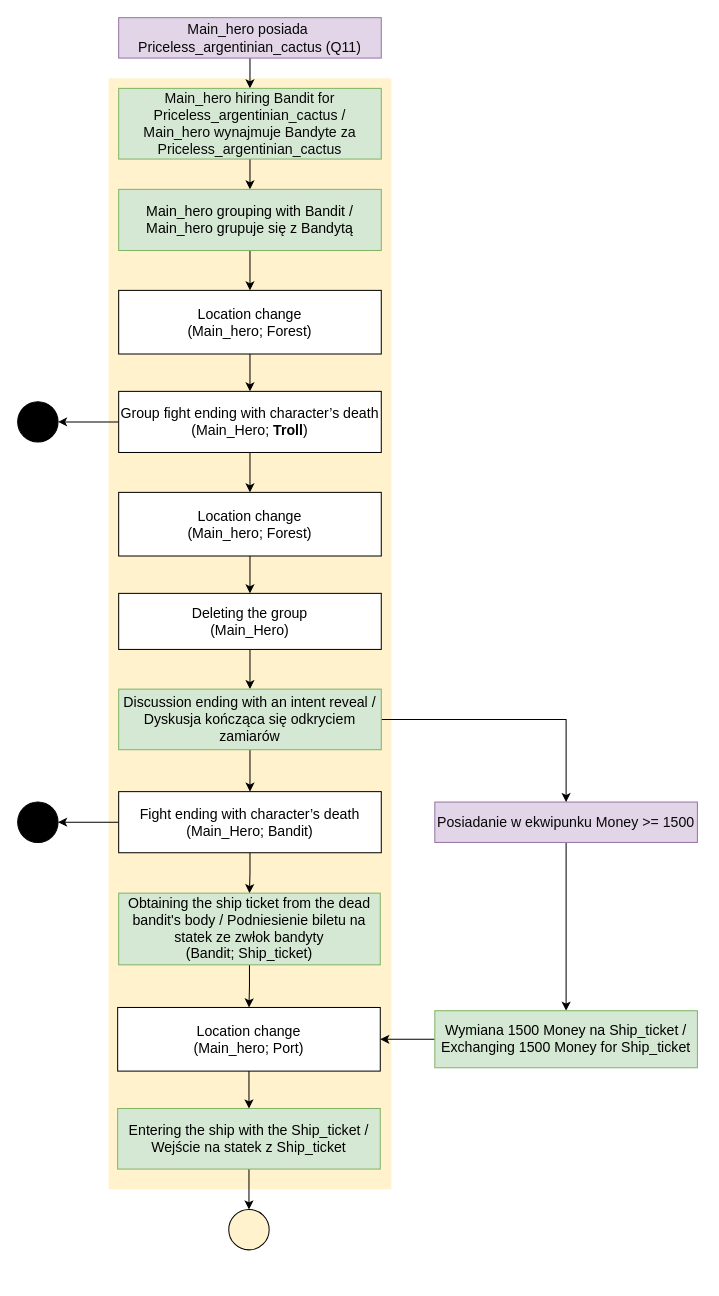
Earlier version of the draw.io diagram Group12.drawio (krzkro4122/uj-pwk_quest). Source tidied: cells renumbered, new cells numbered last; positions are measured from the earlier drawing's top-left corner, leaving out a move shared by most shapes. Both pictures are drawn from the tidied source at 101%, with x=0, y=0 at pixel (17, 17).
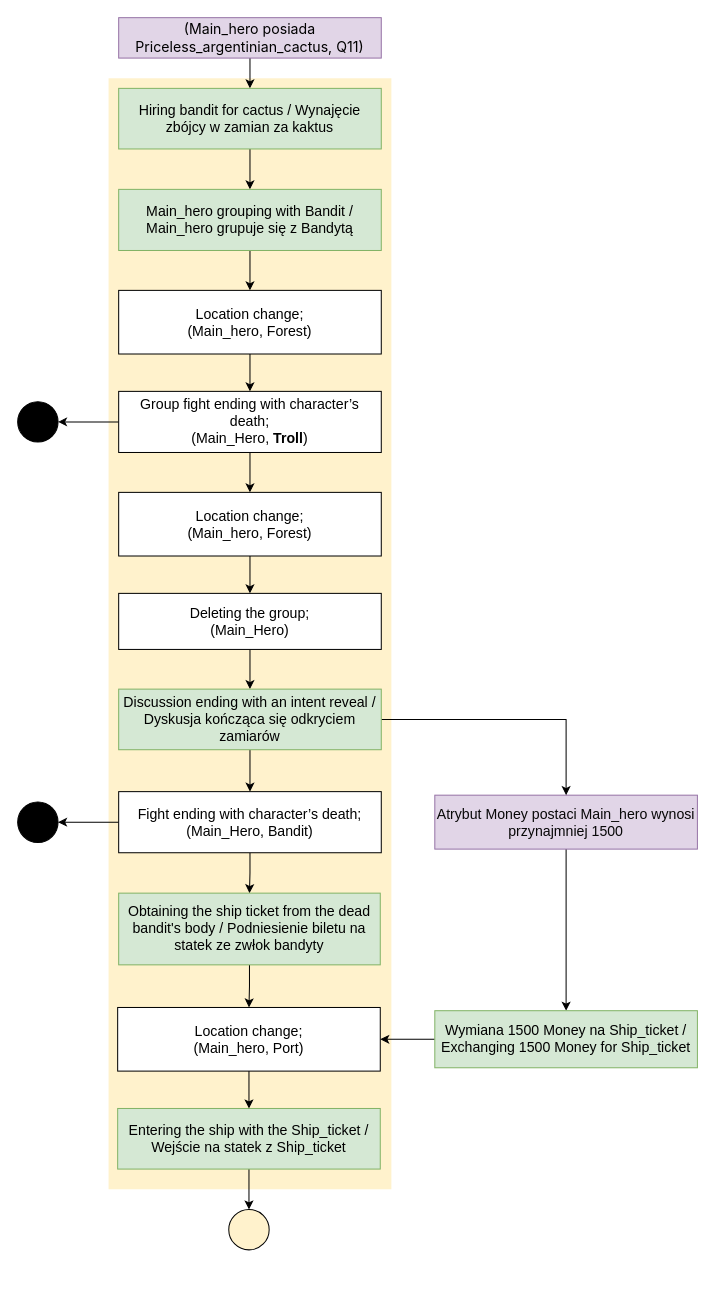
The same diagram, later.

Diff of the diagram source:
```diff
@@
-    <mxCell id="6" value="&lt;div&gt;&lt;font style=&quot;&quot; color=&quot;#080808&quot;&gt;&lt;font style=&quot;font-size: 14px;&quot;&gt;Main_hero posiada&lt;/font&gt;&lt;span style=&quot;font-size: 14px;&quot;&gt;&amp;nbsp;&lt;/span&gt;&lt;/font&gt;&lt;/div&gt;&lt;div&gt;&lt;font color=&quot;#080808&quot;&gt;&lt;span style=&quot;font-size: 14px;&quot;&gt;Priceless_argentinian_cactus (Q11)&lt;/span&gt;&lt;/font&gt;&lt;/div&gt;" style="rounded=0;whiteSpace=wrap;html=1;strokeColor=#9673a6;fillColor=#e1d5e7;" parent="1" vertex="1">
+    <mxCell id="6" value="&lt;div style=&quot;box-sizing: border-box; font-family: -apple-system, &amp;quot;system-ui&amp;quot;, &amp;quot;Segoe UI&amp;quot;, system-ui, &amp;quot;Apple Color Emoji&amp;quot;, &amp;quot;Segoe UI Emoji&amp;quot;, &amp;quot;Segoe UI Web&amp;quot;, sans-serif; font-size: 14px;&quot;&gt;&lt;div style=&quot;&quot;&gt;(Main_hero posiada Priceless_argentinian_cactus, Q11)&lt;/div&gt;&lt;div&gt;&lt;/div&gt;&lt;/div&gt;" style="rounded=0;whiteSpace=wrap;html=1;strokeColor=#9673a6;fillColor=#e1d5e7;" parent="1" vertex="1">
       <mxGeometry x="100" width="260" height="40" as="geometry" />
     </mxCell>
@@
-    <mxCell id="8" value="&lt;font style=&quot;&quot; color=&quot;#080808&quot;&gt;&lt;font style=&quot;font-size: 14px;&quot;&gt;Posiadanie w ekwipunku Money &amp;gt;= 1500&lt;/font&gt;&lt;br&gt;&lt;/font&gt;" style="rounded=0;whiteSpace=wrap;html=1;strokeColor=#9673a6;fillColor=#e1d5e7;" parent="1" vertex="1">
-      <mxGeometry x="413" y="776.6" width="260" height="40" as="geometry" />
+    <mxCell id="8" value="&lt;font style=&quot;&quot; color=&quot;#080808&quot;&gt;&lt;font style=&quot;font-size: 14px;&quot;&gt;Atrybut Money postaci Main_hero wynosi przynajmniej 1500&lt;/font&gt;&lt;br&gt;&lt;/font&gt;" style="rounded=0;whiteSpace=wrap;html=1;strokeColor=#9673a6;fillColor=#e1d5e7;" parent="1" vertex="1">
+      <mxGeometry x="413" y="769.8" width="260" height="53.4" as="geometry" />
     </mxCell>
@@
-    <mxCell id="10" value="&lt;font style=&quot;font-size: 14px;&quot; color=&quot;#080808&quot;&gt;Main_hero hiring Bandit for Priceless_argentinian_cactus / Main_hero wynajmuje Bandyte za Priceless_argentinian_cactus&lt;/font&gt;" style="rounded=0;whiteSpace=wrap;html=1;sketch=0;fillColor=#d5e8d4;strokeColor=#82b366;align=center;" parent="1" vertex="1">
-      <mxGeometry x="100" y="70" width="260" height="70" as="geometry" />
+    <mxCell id="10" value="&lt;font style=&quot;font-size: 14px;&quot;&gt;Hiring bandit for cactus / Wynajęcie zbójcy w zamian za kaktus&lt;/font&gt;" style="rounded=0;whiteSpace=wrap;html=1;sketch=0;fillColor=#d5e8d4;strokeColor=#82b366;align=center;" parent="1" vertex="1">
+      <mxGeometry x="100" y="70" width="260" height="60" as="geometry" />
     </mxCell>
@@
-    <mxCell id="13" value="&lt;span id=&quot;docs-internal-guid-4cfbbf0f-7fff-1ddc-6e00-4f36d3d0db7e&quot;&gt;&lt;span style=&quot;background-color: transparent ; vertical-align: baseline&quot;&gt;&lt;font&gt;&lt;span style=&quot;font-size: 14px;&quot;&gt;Group fight ending with character’s death&lt;br&gt;&lt;/span&gt;&lt;span style=&quot;font-size: 14px;&quot;&gt;(Main_Hero; &lt;b&gt;Troll&lt;/b&gt;)&lt;/span&gt;&lt;br&gt;&lt;/font&gt;&lt;/span&gt;&lt;/span&gt;" style="rounded=0;whiteSpace=wrap;html=1;align=center;" parent="1" vertex="1">
+    <mxCell id="13" value="&lt;span id=&quot;docs-internal-guid-4cfbbf0f-7fff-1ddc-6e00-4f36d3d0db7e&quot;&gt;&lt;span style=&quot;background-color: transparent ; vertical-align: baseline&quot;&gt;&lt;font&gt;&lt;span style=&quot;font-size: 14px;&quot;&gt;Group fight ending with character’s death;&lt;br&gt;&lt;/span&gt;&lt;span style=&quot;font-size: 14px;&quot;&gt;(Main_Hero,&amp;nbsp;&lt;b&gt;Troll&lt;/b&gt;)&lt;/span&gt;&lt;br&gt;&lt;/font&gt;&lt;/span&gt;&lt;/span&gt;" style="rounded=0;whiteSpace=wrap;html=1;align=center;" parent="1" vertex="1">
       <mxGeometry x="100" y="370" width="260" height="60.5" as="geometry" />
     </mxCell>
@@
-    <mxCell id="15" value="&lt;span id=&quot;docs-internal-guid-4cfbbf0f-7fff-1ddc-6e00-4f36d3d0db7e&quot;&gt;&lt;span style=&quot;background-color: transparent ; vertical-align: baseline&quot;&gt;&lt;font&gt;&lt;font face=&quot;arial&quot;&gt;&lt;span style=&quot;font-size: 14px&quot;&gt;Location change&lt;br&gt;&lt;/span&gt;&lt;/font&gt;&lt;span style=&quot;font-size: 14px;&quot;&gt;(Main_hero; Forest)&lt;/span&gt;&lt;br&gt;&lt;/font&gt;&lt;/span&gt;&lt;/span&gt;" style="rounded=0;whiteSpace=wrap;html=1;align=center;" parent="1" vertex="1">
+    <mxCell id="15" value="&lt;span id=&quot;docs-internal-guid-4cfbbf0f-7fff-1ddc-6e00-4f36d3d0db7e&quot;&gt;&lt;span style=&quot;background-color: transparent ; vertical-align: baseline&quot;&gt;&lt;font&gt;&lt;font face=&quot;arial&quot;&gt;&lt;span style=&quot;font-size: 14px&quot;&gt;Location change;&lt;br&gt;&lt;/span&gt;&lt;/font&gt;&lt;span style=&quot;font-size: 14px;&quot;&gt;(Main_hero, Forest)&lt;/span&gt;&lt;br&gt;&lt;/font&gt;&lt;/span&gt;&lt;/span&gt;" style="rounded=0;whiteSpace=wrap;html=1;align=center;" parent="1" vertex="1">
       <mxGeometry x="100" y="470" width="260" height="63" as="geometry" />
     </mxCell>
@@
-    <mxCell id="17" value="&lt;span id=&quot;docs-internal-guid-4cfbbf0f-7fff-1ddc-6e00-4f36d3d0db7e&quot;&gt;&lt;span style=&quot;background-color: transparent ; vertical-align: baseline&quot;&gt;&lt;font&gt;&lt;font face=&quot;arial&quot;&gt;&lt;span style=&quot;font-size: 14px&quot;&gt;Deleting the group&lt;br&gt;&lt;/span&gt;&lt;/font&gt;&lt;span style=&quot;font-size: 14px;&quot;&gt;(Main_Hero)&lt;/span&gt;&lt;br&gt;&lt;/font&gt;&lt;/span&gt;&lt;/span&gt;" style="rounded=0;whiteSpace=wrap;html=1;align=center;" parent="1" vertex="1">
+    <mxCell id="17" value="&lt;span id=&quot;docs-internal-guid-4cfbbf0f-7fff-1ddc-6e00-4f36d3d0db7e&quot;&gt;&lt;span style=&quot;background-color: transparent ; vertical-align: baseline&quot;&gt;&lt;font&gt;&lt;font face=&quot;arial&quot;&gt;&lt;span style=&quot;font-size: 14px&quot;&gt;Deleting the group;&lt;br&gt;&lt;/span&gt;&lt;/font&gt;&lt;span style=&quot;font-size: 14px;&quot;&gt;(Main_Hero)&lt;/span&gt;&lt;br&gt;&lt;/font&gt;&lt;/span&gt;&lt;/span&gt;" style="rounded=0;whiteSpace=wrap;html=1;align=center;" parent="1" vertex="1">
       <mxGeometry x="100" y="570" width="260" height="55.5" as="geometry" />
     </mxCell>
@@
-    <mxCell id="20" value="&lt;span id=&quot;docs-internal-guid-4cfbbf0f-7fff-1ddc-6e00-4f36d3d0db7e&quot;&gt;&lt;span style=&quot;background-color: transparent ; vertical-align: baseline&quot;&gt;&lt;font&gt;&lt;span style=&quot;font-size: 14px;&quot;&gt;Fight ending with character’s death&lt;br&gt;&lt;/span&gt;&lt;span style=&quot;font-size: 14px;&quot;&gt;(Main_Hero; Bandit)&lt;/span&gt;&lt;br&gt;&lt;/font&gt;&lt;/span&gt;&lt;/span&gt;" style="rounded=0;whiteSpace=wrap;html=1;align=center;" parent="1" vertex="1">
+    <mxCell id="20" value="&lt;span id=&quot;docs-internal-guid-4cfbbf0f-7fff-1ddc-6e00-4f36d3d0db7e&quot;&gt;&lt;span style=&quot;background-color: transparent ; vertical-align: baseline&quot;&gt;&lt;font&gt;&lt;span style=&quot;font-size: 14px;&quot;&gt;Fight ending with character’s death;&lt;br&gt;&lt;/span&gt;&lt;span style=&quot;font-size: 14px;&quot;&gt;(Main_Hero, Bandit)&lt;/span&gt;&lt;br&gt;&lt;/font&gt;&lt;/span&gt;&lt;/span&gt;" style="rounded=0;whiteSpace=wrap;html=1;align=center;" parent="1" vertex="1">
       <mxGeometry x="100" y="766.3" width="260" height="60.5" as="geometry" />
     </mxCell>
@@
-    <mxCell id="23" value="&lt;font&gt;Obtaining the ship ticket from the dead bandit's body / Podniesienie biletu na statek ze zwłok bandyty&lt;br&gt;(Bandit; Ship_ticket)&lt;br&gt;&lt;/font&gt;" style="rounded=0;whiteSpace=wrap;html=1;strokeColor=#82b366;align=center;fontSize=14;fontFamily=Helvetica;fillColor=#d5e8d4;" parent="1" vertex="1">
+    <mxCell id="23" value="&lt;font&gt;Obtaining the ship ticket from the dead bandit's body / Podniesienie biletu na statek ze zwłok bandyty&lt;br&gt;&lt;/font&gt;" style="rounded=0;whiteSpace=wrap;html=1;strokeColor=#82b366;align=center;fontSize=14;fontFamily=Helvetica;fillColor=#d5e8d4;" parent="1" vertex="1">
       <mxGeometry x="100" y="866.8" width="259" height="71" as="geometry" />
     </mxCell>
@@
-    <mxCell id="29" value="&lt;span id=&quot;docs-internal-guid-4cfbbf0f-7fff-1ddc-6e00-4f36d3d0db7e&quot;&gt;&lt;span style=&quot;background-color: transparent ; vertical-align: baseline&quot;&gt;&lt;font&gt;&lt;font face=&quot;arial&quot;&gt;&lt;span style=&quot;font-size: 14px&quot;&gt;Location change&lt;br&gt;&lt;/span&gt;&lt;/font&gt;&lt;span style=&quot;font-size: 14px;&quot;&gt;(Main_hero; Forest)&lt;/span&gt;&lt;br&gt;&lt;/font&gt;&lt;/span&gt;&lt;/span&gt;" style="rounded=0;whiteSpace=wrap;html=1;align=center;" parent="1" vertex="1">
+    <mxCell id="29" value="&lt;span id=&quot;docs-internal-guid-4cfbbf0f-7fff-1ddc-6e00-4f36d3d0db7e&quot;&gt;&lt;span style=&quot;background-color: transparent ; vertical-align: baseline&quot;&gt;&lt;font&gt;&lt;font face=&quot;arial&quot;&gt;&lt;span style=&quot;font-size: 14px&quot;&gt;Location change;&lt;br&gt;&lt;/span&gt;&lt;/font&gt;&lt;span style=&quot;font-size: 14px;&quot;&gt;(Main_hero, Forest)&lt;/span&gt;&lt;br&gt;&lt;/font&gt;&lt;/span&gt;&lt;/span&gt;" style="rounded=0;whiteSpace=wrap;html=1;align=center;" parent="1" vertex="1">
       <mxGeometry x="100" y="270" width="260" height="63" as="geometry" />
     </mxCell>
@@
-    <mxCell id="37" value="&lt;span id=&quot;docs-internal-guid-4cfbbf0f-7fff-1ddc-6e00-4f36d3d0db7e&quot;&gt;&lt;span style=&quot;background-color: transparent ; vertical-align: baseline&quot;&gt;&lt;font&gt;&lt;font face=&quot;arial&quot;&gt;&lt;span style=&quot;font-size: 14px&quot;&gt;Location change&lt;br&gt;&lt;/span&gt;&lt;/font&gt;&lt;span style=&quot;font-size: 14px;&quot;&gt;(Main_hero; Port)&lt;/span&gt;&lt;br&gt;&lt;/font&gt;&lt;/span&gt;&lt;/span&gt;" style="rounded=0;whiteSpace=wrap;html=1;align=center;" parent="1" vertex="1">
+    <mxCell id="37" value="&lt;span id=&quot;docs-internal-guid-4cfbbf0f-7fff-1ddc-6e00-4f36d3d0db7e&quot;&gt;&lt;span style=&quot;background-color: transparent ; vertical-align: baseline&quot;&gt;&lt;font&gt;&lt;font face=&quot;arial&quot;&gt;&lt;span style=&quot;font-size: 14px&quot;&gt;Location change;&lt;br&gt;&lt;/span&gt;&lt;/font&gt;&lt;span style=&quot;font-size: 14px;&quot;&gt;(Main_hero, Port)&lt;/span&gt;&lt;br&gt;&lt;/font&gt;&lt;/span&gt;&lt;/span&gt;" style="rounded=0;whiteSpace=wrap;html=1;align=center;" parent="1" vertex="1">
       <mxGeometry x="99" y="980" width="260" height="63" as="geometry" />
     </mxCell>
```
